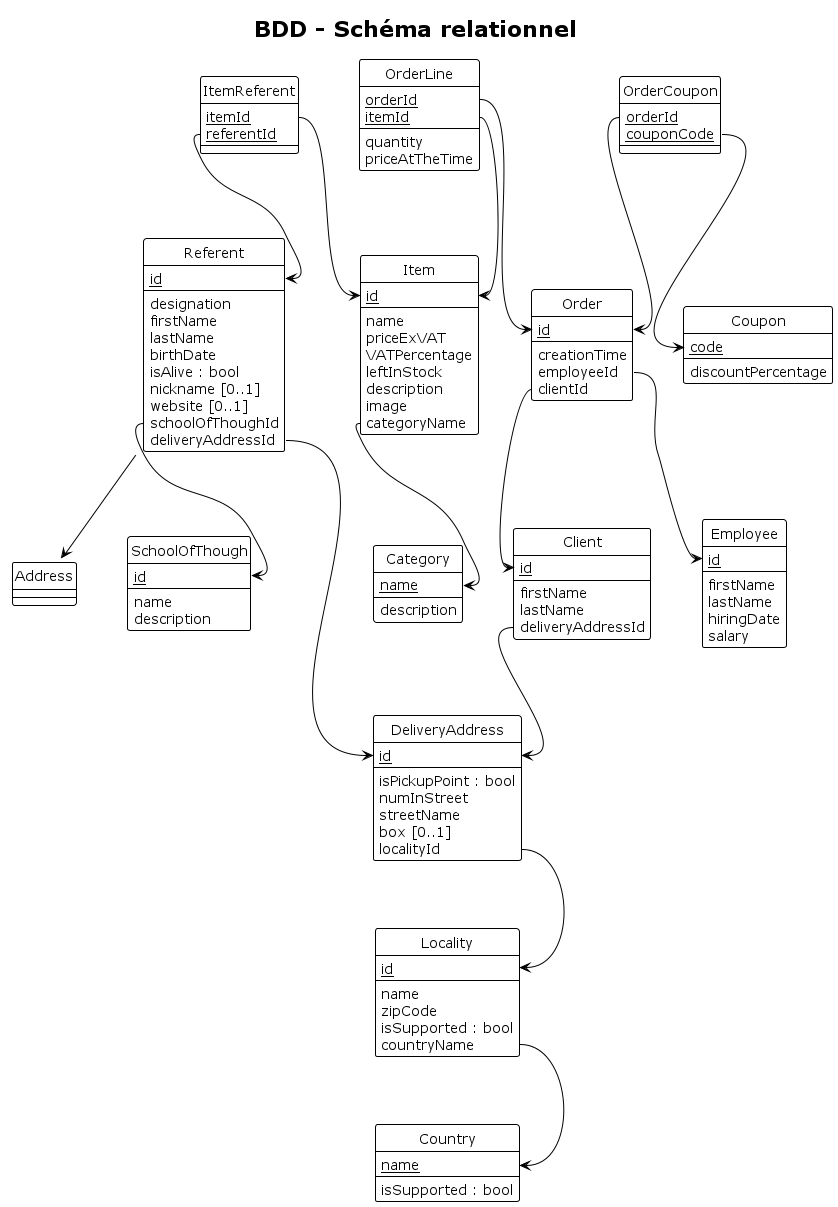
Above: out/relational_DB_model/BDD - Schéma relationnel.png in Keaexe/advanced_POO (PlantUML), before the change.
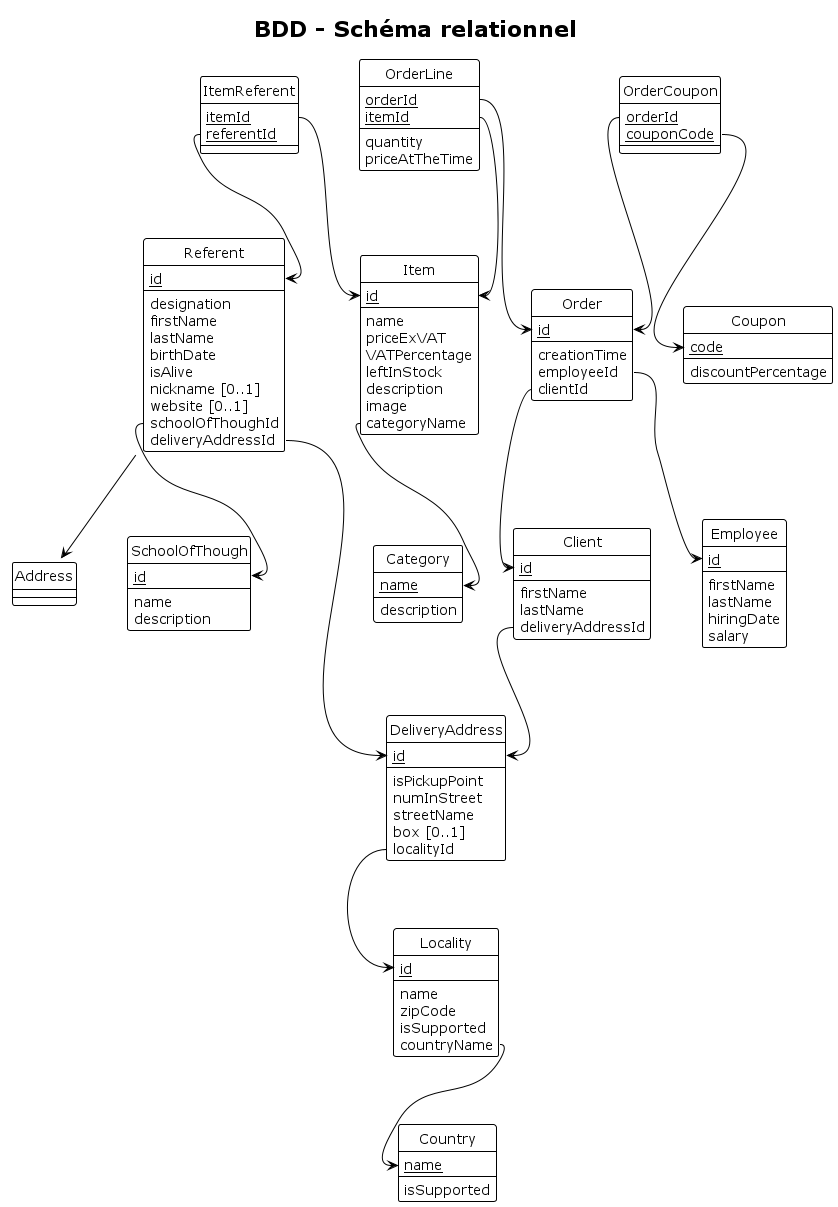
Above is the later version.

Commit message:
Remove useless bool types

Change to the diagram source:
```diff
@@ -26,7 +26,7 @@
   firstName
   lastName
   birthDate
-  isAlive : bool
+  isAlive
   nickname [0..1]
   website [0..1]
   schoolOfThoughId
@@ -78,20 +78,20 @@
 entity Country{
   <u>name</u>
   --
-  isSupported : bool
+  isSupported
 }
 entity Locality{
   <u>id</u>
   --
   name
   zipCode
-  isSupported : bool
+  isSupported
   countryName
 }
 entity DeliveryAddress{
   <u>id</u>
   --
-  isPickupPoint : bool
+  isPickupPoint
   numInStreet
   streetName
   box [0..1]
```
